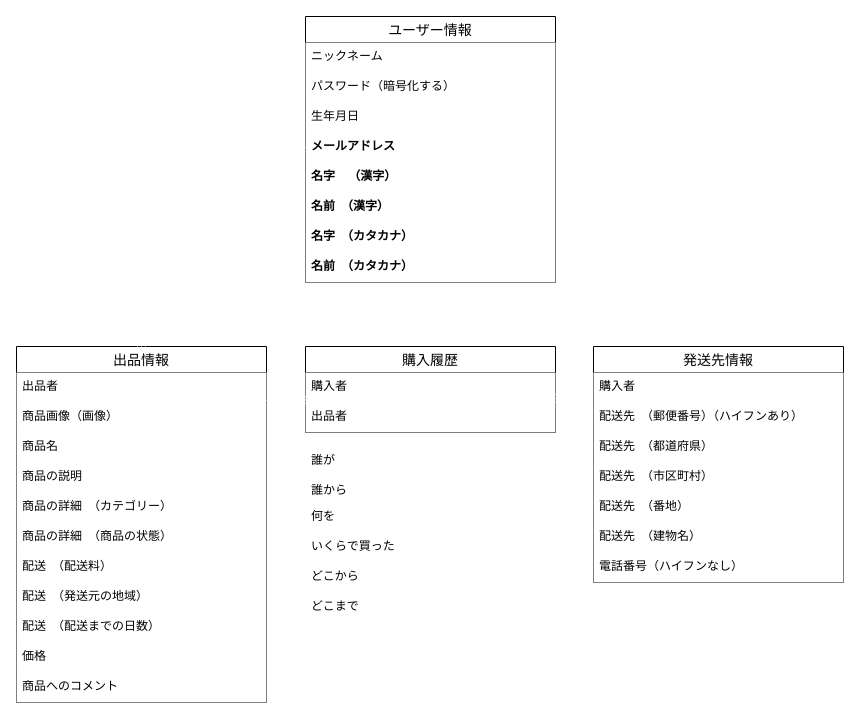
Before: readme.dio in takumi19910112/furima-38533, a draw.io diagram. Source tidied: cells renumbered, new cells numbered last; positions are measured from the earlier drawing's top-left corner, leaving out a move shared by most shapes. Both pictures are drawn from the tidied source at 100%, with x=0, y=0 at pixel (16, 16).
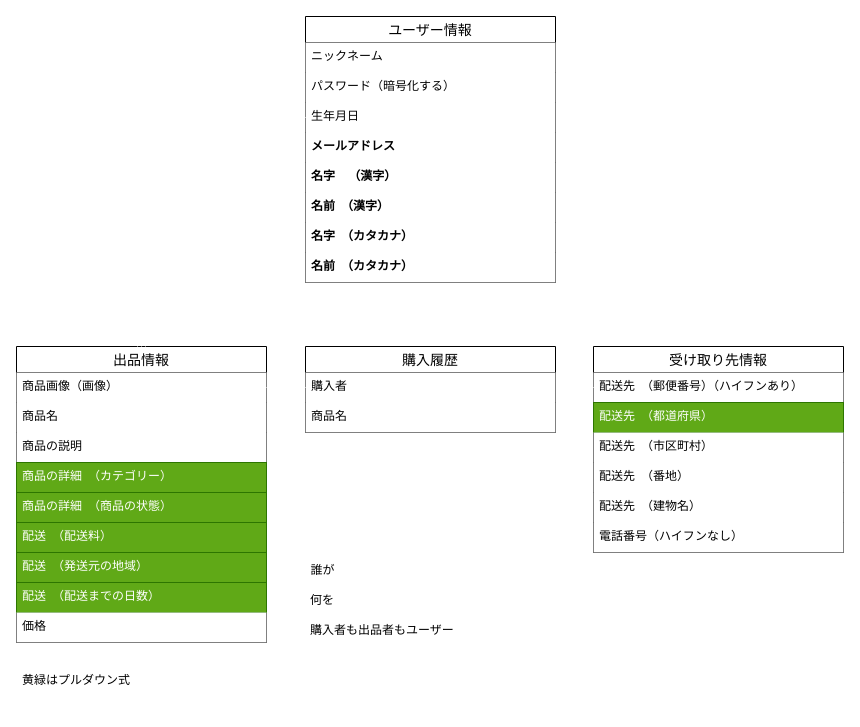
After the change.

The change refers to these unchanged cells:
```xml
<mxCell id="3" value="ユーザー情報" style="swimlane;fontStyle=0;horizontal=1;startSize=26;align=center;fontSize=14;" parent="1" vertex="1">
  <mxGeometry x="289" width="250" height="266" as="geometry" />
</mxCell>
<mxCell id="6" value="生年月日" style="text;strokeColor=none;fillColor=default;spacingLeft=4;spacingRight=4;overflow=hidden;points=[[0,0.5],[1,0.5]];portConstraint=eastwest;fontSize=12;" parent="3" vertex="1">
  <mxGeometry y="86" width="250" height="30" as="geometry" />
</mxCell>
<mxCell id="7" value="メールアドレス" style="text;strokeColor=none;fillColor=default;spacingLeft=4;spacingRight=4;overflow=hidden;points=[[0,0.5],[1,0.5]];portConstraint=eastwest;fontSize=12;fontStyle=1;" parent="3" vertex="1">
  <mxGeometry y="116" width="250" height="30" as="geometry" />
</mxCell>
<mxCell id="33" value="購入履歴" style="swimlane;fontStyle=0;horizontal=1;startSize=26;align=center;fontSize=14;" parent="1" vertex="1">
  <mxGeometry x="289" y="330" width="250" height="86" as="geometry" />
</mxCell>
<mxCell id="34" value="購入者" style="text;strokeColor=none;fillColor=default;spacingLeft=4;spacingRight=4;overflow=hidden;points=[[0,0.5],[1,0.5]];portConstraint=eastwest;fontSize=12;" parent="33" vertex="1">
  <mxGeometry y="26" width="250" height="30" as="geometry" />
</mxCell>
```

The edit, as a diff of the source:
```diff
@@
-    <mxCell id="2" style="edgeStyle=none;rounded=0;html=1;exitX=1;exitY=0.5;exitDx=0;exitDy=0;startArrow=ERone;startFill=0;endArrow=ERone;endFill=0;strokeColor=#FFFFFF;entryX=0.5;entryY=0;entryDx=0;entryDy=0;" parent="1" edge="1" source="3" target="25">
-      <mxGeometry relative="1" as="geometry">
-        <Array as="points">
-          <mxPoint x="702" y="133" />
-        </Array>
-      </mxGeometry>
-    </mxCell>
+    <mxCell id="45" style="edgeStyle=none;rounded=0;html=1;entryX=0.5;entryY=0;entryDx=0;entryDy=0;startArrow=none;startFill=0;endArrow=ERmany;endFill=0;strokeColor=#FFFFFF;" parent="1" edge="1" source="3" target="33">
+      <mxGeometry relative="1" as="geometry" />
+    </mxCell>
@@
-    <mxCell id="12" style="edgeStyle=none;rounded=0;html=1;exitX=0.5;exitY=1;exitDx=0;exitDy=0;endArrow=ERmany;endFill=0;entryX=0.5;entryY=1;entryDx=0;entryDy=0;startArrow=ERmany;startFill=0;fillColor=#d80073;strokeColor=#FFFFFF;" parent="1" edge="1" source="13" target="25">
-      <mxGeometry relative="1" as="geometry">
-        <Array as="points">
-          <mxPoint x="125" y="690" />
-          <mxPoint x="702" y="690" />
-        </Array>
-      </mxGeometry>
-    </mxCell>
     <mxCell id="13" value="出品情報" style="swimlane;fontStyle=0;horizontal=1;startSize=26;align=center;fontSize=14;" parent="1" vertex="1">
-      <mxGeometry y="330" width="250" height="356" as="geometry" />
+      <mxGeometry y="330" width="250" height="296" as="geometry" />
     </mxCell>
-    <mxCell id="14" value="出品者" style="text;strokeColor=none;fillColor=default;spacingLeft=4;spacingRight=4;overflow=hidden;fontSize=12;" parent="13" vertex="1">
-      <mxGeometry y="26" width="250" height="30" as="geometry" />
-    </mxCell>
     <mxCell id="15" value="商品画像（画像）" style="text;strokeColor=none;fillColor=default;spacingLeft=4;spacingRight=4;overflow=hidden;points=[[0,0.5],[1,0.5]];portConstraint=eastwest;fontSize=12;" parent="13" vertex="1">
-      <mxGeometry y="56" width="250" height="30" as="geometry" />
+      <mxGeometry y="26" width="250" height="30" as="geometry" />
     </mxCell>
     <mxCell id="16" value="商品名" style="text;strokeColor=none;fillColor=default;spacingLeft=4;spacingRight=4;overflow=hidden;fontSize=12;" parent="13" vertex="1">
-      <mxGeometry y="86" width="250" height="30" as="geometry" />
+      <mxGeometry y="56" width="250" height="30" as="geometry" />
     </mxCell>
     <mxCell id="17" value="商品の説明" style="text;strokeColor=none;fillColor=default;spacingLeft=4;spacingRight=4;overflow=hidden;fontSize=12;" parent="13" vertex="1">
-      <mxGeometry y="116" width="250" height="30" as="geometry" />
+      <mxGeometry y="86" width="250" height="30" as="geometry" />
     </mxCell>
-    <mxCell id="18" value="商品の詳細　（カテゴリー）" style="text;strokeColor=none;fillColor=default;spacingLeft=4;spacingRight=4;overflow=hidden;fontSize=12;" parent="13" vertex="1">
-      <mxGeometry y="146" width="250" height="30" as="geometry" />
+    <mxCell id="18" value="商品の詳細　（カテゴリー）" style="text;strokeColor=#2D7600;fillColor=#60a917;spacingLeft=4;spacingRight=4;overflow=hidden;fontSize=12;fontColor=#ffffff;" parent="13" vertex="1">
+      <mxGeometry y="116" width="250" height="30" as="geometry" />
     </mxCell>
-    <mxCell id="19" value="商品の詳細　（商品の状態）" style="text;strokeColor=none;fillColor=default;spacingLeft=4;spacingRight=4;overflow=hidden;fontSize=12;" parent="13" vertex="1">
-      <mxGeometry y="176" width="250" height="30" as="geometry" />
+    <mxCell id="19" value="商品の詳細　（商品の状態）" style="text;strokeColor=#2D7600;fillColor=#60a917;spacingLeft=4;spacingRight=4;overflow=hidden;fontSize=12;fontColor=#ffffff;" parent="13" vertex="1">
+      <mxGeometry y="146" width="250" height="30" as="geometry" />
     </mxCell>
-    <mxCell id="20" value="配送　（配送料）" style="text;strokeColor=none;fillColor=default;spacingLeft=4;spacingRight=4;overflow=hidden;fontSize=12;" parent="13" vertex="1">
-      <mxGeometry y="206" width="250" height="30" as="geometry" />
+    <mxCell id="20" value="配送　（配送料）" style="text;strokeColor=#2D7600;fillColor=#60a917;spacingLeft=4;spacingRight=4;overflow=hidden;fontSize=12;fontColor=#ffffff;" parent="13" vertex="1">
+      <mxGeometry y="176" width="250" height="30" as="geometry" />
     </mxCell>
-    <mxCell id="21" value="配送　（発送元の地域）" style="text;strokeColor=none;fillColor=default;spacingLeft=4;spacingRight=4;overflow=hidden;fontSize=12;" parent="13" vertex="1">
-      <mxGeometry y="236" width="250" height="30" as="geometry" />
+    <mxCell id="21" value="配送　（発送元の地域）" style="text;strokeColor=#2D7600;fillColor=#60a917;spacingLeft=4;spacingRight=4;overflow=hidden;fontSize=12;fontColor=#ffffff;" parent="13" vertex="1">
+      <mxGeometry y="206" width="250" height="30" as="geometry" />
     </mxCell>
-    <mxCell id="22" value="配送　（配送までの日数）" style="text;strokeColor=none;fillColor=default;spacingLeft=4;spacingRight=4;overflow=hidden;fontSize=12;" parent="13" vertex="1">
-      <mxGeometry y="266" width="250" height="30" as="geometry" />
+    <mxCell id="22" value="配送　（配送までの日数）" style="text;strokeColor=#2D7600;fillColor=#60a917;spacingLeft=4;spacingRight=4;overflow=hidden;fontSize=12;fontColor=#ffffff;" parent="13" vertex="1">
+      <mxGeometry y="236" width="250" height="30" as="geometry" />
     </mxCell>
     <mxCell id="23" value="価格" style="text;strokeColor=none;fillColor=default;spacingLeft=4;spacingRight=4;overflow=hidden;fontSize=12;" parent="13" vertex="1">
-      <mxGeometry y="296" width="250" height="30" as="geometry" />
+      <mxGeometry y="266" width="250" height="30" as="geometry" />
     </mxCell>
-    <mxCell id="24" value="商品へのコメント" style="text;strokeColor=none;fillColor=default;spacingLeft=4;spacingRight=4;overflow=hidden;fontSize=12;" parent="13" vertex="1">
-      <mxGeometry y="326" width="250" height="30" as="geometry" />
-    </mxCell>
-    <mxCell id="25" value="発送先情報" style="swimlane;fontStyle=0;horizontal=1;startSize=26;align=center;fontSize=14;" parent="1" vertex="1">
-      <mxGeometry x="577" y="330" width="250" height="236" as="geometry" />
+    <mxCell id="25" value="受け取り先情報" style="swimlane;fontStyle=0;horizontal=1;startSize=26;align=center;fontSize=14;" parent="1" vertex="1">
+      <mxGeometry x="577" y="330" width="250" height="206" as="geometry" />
     </mxCell>
-    <mxCell id="26" value="購入者" style="text;strokeColor=none;fillColor=default;spacingLeft=4;spacingRight=4;overflow=hidden;points=[[0,0.5],[1,0.5]];portConstraint=eastwest;fontSize=12;" parent="25" vertex="1">
-      <mxGeometry y="26" width="250" height="30" as="geometry" />
-    </mxCell>
     <mxCell id="27" value="配送先　（郵便番号）（ハイフンあり）" style="text;strokeColor=none;fillColor=default;spacingLeft=4;spacingRight=4;overflow=hidden;points=[[0,0.5],[1,0.5]];portConstraint=eastwest;fontSize=12;" parent="25" vertex="1">
-      <mxGeometry y="56" width="250" height="30" as="geometry" />
+      <mxGeometry y="26" width="250" height="30" as="geometry" />
     </mxCell>
-    <mxCell id="28" value="配送先　（都道府県）" style="text;strokeColor=none;fillColor=default;spacingLeft=4;spacingRight=4;overflow=hidden;fontSize=12;" parent="25" vertex="1">
-      <mxGeometry y="86" width="250" height="30" as="geometry" />
+    <mxCell id="28" value="配送先　（都道府県）" style="text;strokeColor=#2D7600;fillColor=#60a917;spacingLeft=4;spacingRight=4;overflow=hidden;fontSize=12;fontColor=#ffffff;" parent="25" vertex="1">
+      <mxGeometry y="56" width="250" height="30" as="geometry" />
     </mxCell>
     <mxCell id="29" value="配送先　（市区町村）" style="text;strokeColor=none;fillColor=default;spacingLeft=4;spacingRight=4;overflow=hidden;fontSize=12;" parent="25" vertex="1">
-      <mxGeometry y="116" width="250" height="30" as="geometry" />
+      <mxGeometry y="86" width="250" height="30" as="geometry" />
     </mxCell>
     <mxCell id="30" value="配送先　（番地）" style="text;strokeColor=none;fillColor=default;spacingLeft=4;spacingRight=4;overflow=hidden;fontSize=12;" parent="25" vertex="1">
-      <mxGeometry y="146" width="250" height="30" as="geometry" />
+      <mxGeometry y="116" width="250" height="30" as="geometry" />
     </mxCell>
     <mxCell id="31" value="配送先　（建物名）" style="text;strokeColor=none;fillColor=default;spacingLeft=4;spacingRight=4;overflow=hidden;fontSize=12;" parent="25" vertex="1">
-      <mxGeometry y="176" width="250" height="30" as="geometry" />
+      <mxGeometry y="146" width="250" height="30" as="geometry" />
     </mxCell>
     <mxCell id="32" value="電話番号（ハイフンなし）" style="text;strokeColor=none;fillColor=default;spacingLeft=4;spacingRight=4;overflow=hidden;fontSize=12;" parent="25" vertex="1">
-      <mxGeometry y="206" width="250" height="30" as="geometry" />
+      <mxGeometry y="176" width="250" height="30" as="geometry" />
     </mxCell>
+    <mxCell id="46" style="edgeStyle=none;rounded=0;html=1;exitX=1;exitY=0.5;exitDx=0;exitDy=0;entryX=0;entryY=0.5;entryDx=0;entryDy=0;startArrow=none;startFill=0;endArrow=none;endFill=0;strokeColor=#FFFFFF;" parent="1" edge="1" source="34" target="27">
+      <mxGeometry relative="1" as="geometry" />
+    </mxCell>
@@
-    <mxCell id="35" value="出品者" style="text;strokeColor=none;fillColor=default;spacingLeft=4;spacingRight=4;overflow=hidden;points=[[0,0.5],[1,0.5]];portConstraint=eastwest;fontSize=12;" parent="33" vertex="1">
+    <mxCell id="35" value="商品名" style="text;strokeColor=none;fillColor=default;spacingLeft=4;spacingRight=4;overflow=hidden;points=[[0,0.5],[1,0.5]];portConstraint=eastwest;fontSize=12;" parent="33" vertex="1">
       <mxGeometry y="56" width="250" height="30" as="geometry" />
     </mxCell>
     <mxCell id="36" value="誰が" style="text;strokeColor=none;fillColor=default;spacingLeft=4;spacingRight=4;overflow=hidden;fontSize=12;" parent="1" vertex="1">
-      <mxGeometry x="289" y="430" width="250" height="30" as="geometry" />
+      <mxGeometry x="288.5" y="540" width="250" height="30" as="geometry" />
     </mxCell>
     <mxCell id="37" value="何を" style="text;strokeColor=none;fillColor=default;spacingLeft=4;spacingRight=4;overflow=hidden;fontSize=12;" parent="1" vertex="1">
-      <mxGeometry x="289" y="486" width="250" height="30" as="geometry" />
+      <mxGeometry x="288" y="570" width="250" height="30" as="geometry" />
     </mxCell>
-    <mxCell id="38" value="いくらで買った" style="text;strokeColor=none;fillColor=default;spacingLeft=4;spacingRight=4;overflow=hidden;fontSize=12;" parent="1" vertex="1">
-      <mxGeometry x="289" y="516" width="250" height="30" as="geometry" />
-    </mxCell>
-    <mxCell id="39" value="どこから" style="text;strokeColor=none;fillColor=default;spacingLeft=4;spacingRight=4;overflow=hidden;fontSize=12;" parent="1" vertex="1">
-      <mxGeometry x="289" y="546" width="250" height="30" as="geometry" />
-    </mxCell>
-    <mxCell id="40" value="どこまで" style="text;strokeColor=none;fillColor=default;spacingLeft=4;spacingRight=4;overflow=hidden;fontSize=12;" parent="1" vertex="1">
-      <mxGeometry x="289" y="576" width="250" height="30" as="geometry" />
-    </mxCell>
-    <mxCell id="41" value="誰から" style="text;strokeColor=none;fillColor=default;spacingLeft=4;spacingRight=4;overflow=hidden;fontSize=12;" parent="1" vertex="1">
-      <mxGeometry x="289" y="460" width="250" height="30" as="geometry" />
-    </mxCell>
-    <mxCell id="42" style="edgeStyle=none;html=1;exitX=0;exitY=0.5;exitDx=0;exitDy=0;entryX=0.5;entryY=0;entryDx=0;entryDy=0;rounded=0;endArrow=ERmany;endFill=0;startArrow=ERone;startFill=0;fillColor=#d80073;strokeColor=#FFFFFF;" parent="1" edge="1" source="7" target="13">
-      <mxGeometry relative="1" as="geometry">
-        <Array as="points">
-          <mxPoint x="125" y="131" />
-        </Array>
-      </mxGeometry>
-    </mxCell>
-    <mxCell id="43" style="edgeStyle=none;rounded=0;html=1;entryX=0.006;entryY=-0.083;entryDx=0;entryDy=0;startArrow=ERone;startFill=0;endArrow=ERmany;endFill=0;entryPerimeter=0;fillColor=#d80073;strokeColor=#FFFFFF;" parent="1" edge="1" target="35">
-      <mxGeometry relative="1" as="geometry">
-        <mxPoint x="250" y="384" as="sourcePoint" />
-      </mxGeometry>
-    </mxCell>
-    <mxCell id="44" style="edgeStyle=none;rounded=0;html=1;startArrow=ERmany;startFill=0;endArrow=ERone;endFill=0;fillColor=#d80073;strokeColor=#FFFFFF;entryX=-0.004;entryY=0.883;entryDx=0;entryDy=0;entryPerimeter=0;" parent="1" edge="1" target="26">
-      <mxGeometry relative="1" as="geometry">
-        <mxPoint x="539" y="382" as="sourcePoint" />
-      </mxGeometry>
-    </mxCell>
+    <mxCell id="47" style="edgeStyle=none;rounded=0;html=1;exitX=0;exitY=0.5;exitDx=0;exitDy=0;entryX=0.5;entryY=0;entryDx=0;entryDy=0;startArrow=none;startFill=0;endArrow=ERmany;endFill=0;strokeColor=#FFFFFF;" parent="1" edge="1" source="6" target="13">
+      <mxGeometry relative="1" as="geometry">
+        <Array as="points">
+          <mxPoint x="125" y="101" />
+        </Array>
+      </mxGeometry>
+    </mxCell>
+    <mxCell id="48" style="edgeStyle=none;rounded=0;html=1;exitX=1;exitY=0.5;exitDx=0;exitDy=0;entryX=0;entryY=0.5;entryDx=0;entryDy=0;startArrow=none;startFill=0;endArrow=none;endFill=0;strokeColor=#FFFFFF;" parent="1" edge="1" source="15" target="34">
+      <mxGeometry relative="1" as="geometry" />
+    </mxCell>
+    <mxCell id="49" value="購入者も出品者もユーザー" style="text;strokeColor=none;fillColor=default;spacingLeft=4;spacingRight=4;overflow=hidden;fontSize=12;" parent="1" vertex="1">
+      <mxGeometry x="288" y="600" width="250" height="30" as="geometry" />
+    </mxCell>
+    <mxCell id="50" value="黄緑はプルダウン式" style="text;strokeColor=none;fillColor=default;spacingLeft=4;spacingRight=4;overflow=hidden;fontSize=12;" parent="1" vertex="1">
+      <mxGeometry y="650" width="250" height="30" as="geometry" />
+    </mxCell>
```
